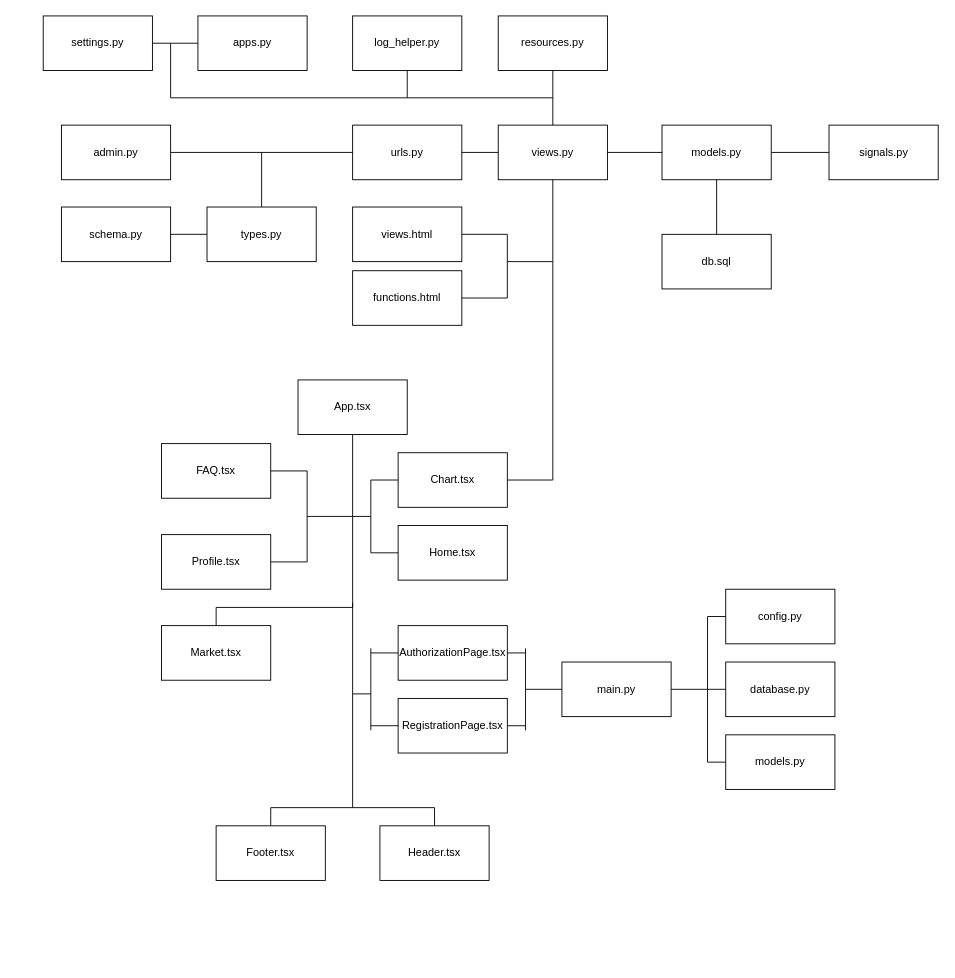
Before: structure_scheme.drawio in slsforme/ton_market_django, a draw.io diagram. Source tidied: cells renumbered, new cells numbered last; positions are measured from the earlier drawing's top-left corner, leaving out a move shared by most shapes. Both pictures are drawn from the tidied source at 91%, with x=0, y=0 at pixel (43, 15).
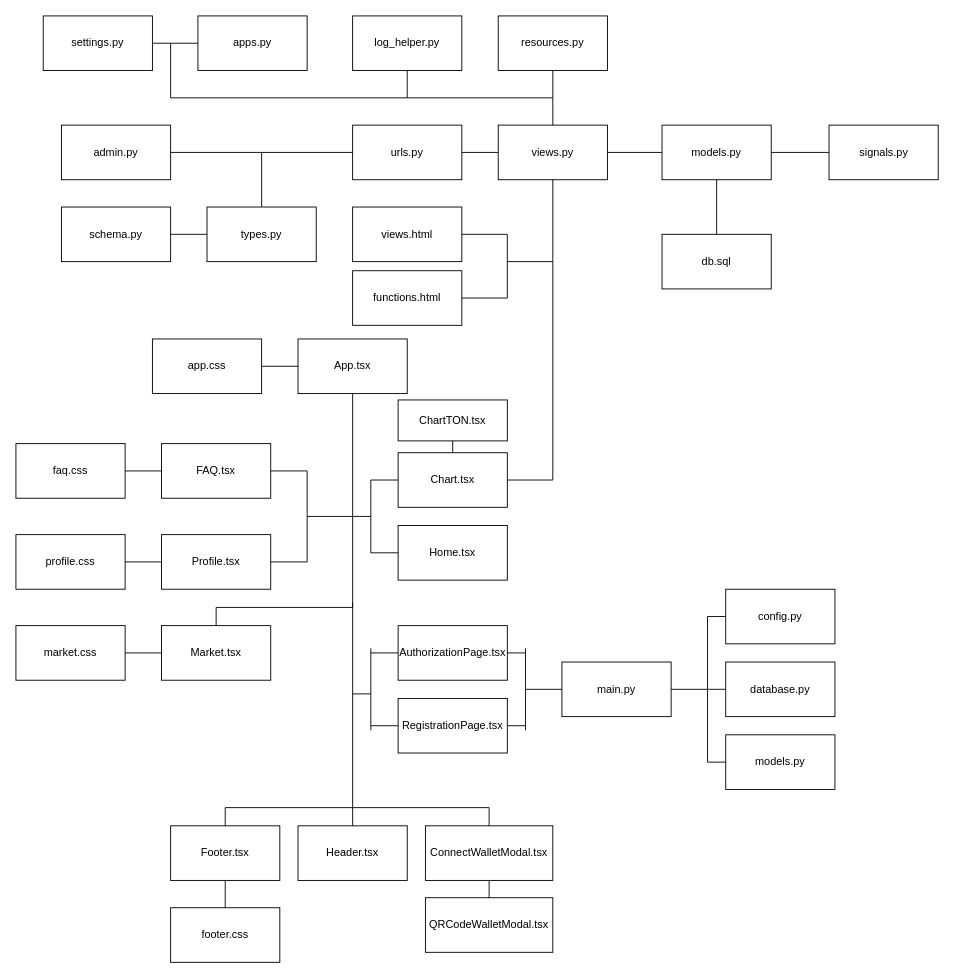
Above is the later version.

The change refers to these unchanged cells:
```xml
<mxCell id="27" value="Profile.tsx" style="rounded=0;whiteSpace=wrap;html=1;" parent="1" vertex="1">
  <mxGeometry x="130" y="570" width="120" height="60" as="geometry" />
</mxCell>
<mxCell id="38" value="FAQ.tsx" style="rounded=0;whiteSpace=wrap;html=1;" parent="1" vertex="1">
  <mxGeometry x="130" y="470" width="120" height="60" as="geometry" />
</mxCell>
<mxCell id="75" value="Market.tsx" style="rounded=0;whiteSpace=wrap;html=1;" parent="1" vertex="1">
  <mxGeometry x="130" y="670" width="120" height="60" as="geometry" />
</mxCell>
<mxCell id="76" value="Chart.tsx" style="rounded=0;whiteSpace=wrap;html=1;" parent="1" vertex="1">
  <mxGeometry x="390" y="480" width="120" height="60" as="geometry" />
</mxCell>
```

Change to the diagram source:
```diff
@@
     <mxCell id="26" value="App.tsx" style="rounded=0;whiteSpace=wrap;html=1;" parent="1" vertex="1">
-      <mxGeometry x="280" y="400" width="120" height="60" as="geometry" />
+      <mxGeometry x="280" y="355" width="120" height="60" as="geometry" />
     </mxCell>
@@
     <mxCell id="70" value="Footer.tsx" style="rounded=0;whiteSpace=wrap;html=1;" parent="1" vertex="1">
-      <mxGeometry x="190" y="890" width="120" height="60" as="geometry" />
+      <mxGeometry x="140" y="890" width="120" height="60" as="geometry" />
     </mxCell>
     <mxCell id="71" value="Header.tsx" style="rounded=0;whiteSpace=wrap;html=1;" parent="1" vertex="1">
-      <mxGeometry x="370" y="890" width="120" height="60" as="geometry" />
+      <mxGeometry x="280" y="890" width="120" height="60" as="geometry" />
     </mxCell>
-    <mxCell id="72" style="endArrow=none;html=1;rounded=0;exitX=0.5;exitY=0;exitDx=0;exitDy=0;" parent="1" edge="1" source="70">
-      <mxGeometry relative="1" as="geometry">
-        <mxPoint x="250" y="870" as="targetPoint" />
-      </mxGeometry>
-    </mxCell>
-    <mxCell id="73" style="endArrow=none;html=1;rounded=0;exitX=0.5;exitY=0;exitDx=0;exitDy=0;" parent="1" edge="1" source="71">
-      <mxGeometry relative="1" as="geometry">
-        <mxPoint x="430" y="870" as="targetPoint" />
-      </mxGeometry>
-    </mxCell>
     <mxCell id="74" style="endArrow=none;html=1;rounded=0;" parent="1" edge="1">
       <mxGeometry relative="1" as="geometry">
-        <mxPoint x="250" y="870" as="sourcePoint" />
-        <mxPoint x="430" y="870" as="targetPoint" />
+        <mxPoint x="200" y="870" as="sourcePoint" />
+        <mxPoint x="490" y="870" as="targetPoint" />
       </mxGeometry>
     </mxCell>
@@
+    <mxCell id="77" value="ChartTON.tsx" style="rounded=0;whiteSpace=wrap;html=1;" parent="1" vertex="1">
+      <mxGeometry x="390" y="422" width="120" height="45" as="geometry" />
+    </mxCell>
+    <mxCell id="78" style="endArrow=none;html=1;rounded=0;exitX=0.5;exitY=1;exitDx=0;exitDy=0;entryX=0.5;entryY=0;entryDx=0;entryDy=0;" parent="1" edge="1" source="77" target="76">
+      <mxGeometry relative="1" as="geometry" />
+    </mxCell>
+    <mxCell id="79" style="endArrow=none;html=1;rounded=0;exitX=0.5;exitY=0;exitDx=0;exitDy=0;" parent="1" edge="1" source="70">
+      <mxGeometry relative="1" as="geometry">
+        <mxPoint x="200" y="870" as="targetPoint" />
+      </mxGeometry>
+    </mxCell>
+    <mxCell id="80" style="endArrow=none;html=1;rounded=0;exitX=0.5;exitY=0;exitDx=0;exitDy=0;" parent="1" edge="1" source="71">
+      <mxGeometry relative="1" as="geometry">
+        <mxPoint x="340" y="870" as="targetPoint" />
+      </mxGeometry>
+    </mxCell>
+    <mxCell id="81" value="ConnectWalletModal.tsx" style="rounded=0;whiteSpace=wrap;html=1;" parent="1" vertex="1">
+      <mxGeometry x="420" y="890" width="140" height="60" as="geometry" />
+    </mxCell>
+    <mxCell id="82" style="endArrow=none;html=1;rounded=0;exitX=0.5;exitY=0;exitDx=0;exitDy=0;" parent="1" edge="1" source="81">
+      <mxGeometry relative="1" as="geometry">
+        <mxPoint x="490" y="870" as="targetPoint" />
+      </mxGeometry>
+    </mxCell>
+    <mxCell id="83" value="QRCodeWalletModal.tsx" style="rounded=0;whiteSpace=wrap;html=1;" parent="1" vertex="1">
+      <mxGeometry x="420" y="969" width="140" height="60" as="geometry" />
+    </mxCell>
+    <mxCell id="84" style="endArrow=none;html=1;rounded=0;entryX=0.5;entryY=1;entryDx=0;entryDy=0;exitX=0.5;exitY=0;exitDx=0;exitDy=0;" parent="1" edge="1" source="83" target="81">
+      <mxGeometry relative="1" as="geometry" />
+    </mxCell>
+    <mxCell id="85" value="faq.css" style="rounded=0;whiteSpace=wrap;html=1;" parent="1" vertex="1">
+      <mxGeometry x="-30" y="470" width="120" height="60" as="geometry" />
+    </mxCell>
+    <mxCell id="86" style="endArrow=none;html=1;rounded=0;entryX=1;entryY=0.5;entryDx=0;entryDy=0;exitX=0;exitY=0.5;exitDx=0;exitDy=0;" parent="1" edge="1" source="38" target="85">
+      <mxGeometry relative="1" as="geometry" />
+    </mxCell>
+    <mxCell id="87" value="market.css" style="rounded=0;whiteSpace=wrap;html=1;" parent="1" vertex="1">
+      <mxGeometry x="-30" y="670" width="120" height="60" as="geometry" />
+    </mxCell>
+    <mxCell id="88" value="profile.css" style="rounded=0;whiteSpace=wrap;html=1;" parent="1" vertex="1">
+      <mxGeometry x="-30" y="570" width="120" height="60" as="geometry" />
+    </mxCell>
+    <mxCell id="89" style="endArrow=none;html=1;rounded=0;entryX=0;entryY=0.5;entryDx=0;entryDy=0;exitX=1;exitY=0.5;exitDx=0;exitDy=0;" parent="1" edge="1" source="88" target="27">
+      <mxGeometry relative="1" as="geometry" />
+    </mxCell>
+    <mxCell id="90" style="endArrow=none;html=1;rounded=0;entryX=0;entryY=0.5;entryDx=0;entryDy=0;exitX=1;exitY=0.5;exitDx=0;exitDy=0;" parent="1" edge="1" source="87" target="75">
+      <mxGeometry relative="1" as="geometry" />
+    </mxCell>
+    <mxCell id="91" value="footer.css" style="rounded=0;whiteSpace=wrap;html=1;" parent="1" vertex="1">
+      <mxGeometry x="140" y="980" width="120" height="60" as="geometry" />
+    </mxCell>
+    <mxCell id="92" style="endArrow=none;html=1;rounded=0;entryX=0.5;entryY=1;entryDx=0;entryDy=0;exitX=0.5;exitY=0;exitDx=0;exitDy=0;" parent="1" edge="1" source="91" target="70">
+      <mxGeometry relative="1" as="geometry" />
+    </mxCell>
+    <mxCell id="93" value="app.css" style="rounded=0;whiteSpace=wrap;html=1;" parent="1" vertex="1">
+      <mxGeometry x="120" y="355" width="120" height="60" as="geometry" />
+    </mxCell>
+    <mxCell id="94" style="endArrow=none;html=1;rounded=0;entryX=0;entryY=0.5;entryDx=0;entryDy=0;exitX=1;exitY=0.5;exitDx=0;exitDy=0;" parent="1" edge="1" source="93" target="26">
+      <mxGeometry relative="1" as="geometry" />
+    </mxCell>
```
